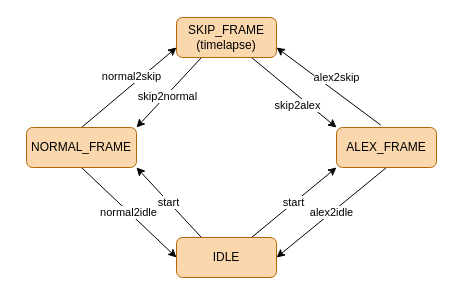
The draw.io diagram doc/transition diagram.drawio in ximeg/sync_device, before the edit. Source tidied: cells renumbered, new cells numbered last; positions are measured from the earlier drawing's top-left corner, leaving out a move shared by most shapes. Both pictures are drawn from the tidied source at 100%, with x=0, y=0 at pixel (26, 17).
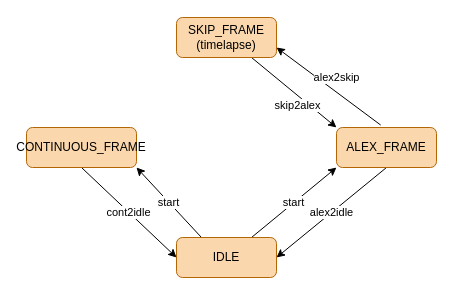
The same page after the edit.

Change to the diagram source:
```diff
@@
 <mxGraphModel>
   <root>
     <mxCell id="0" />
     <mxCell id="1" parent="0" />
     <mxCell id="2" value="start" style="edgeStyle=none;rounded=0;jettySize=auto;html=1;exitX=0.75;exitY=0;exitDx=0;exitDy=0;entryX=0;entryY=1;entryDx=0;entryDy=0;" parent="1" edge="1" source="4" target="10">
       <mxGeometry relative="1" as="geometry" />
     </mxCell>
     <mxCell id="3" value="start" style="edgeStyle=none;rounded=0;jettySize=auto;html=1;exitX=0.25;exitY=0;exitDx=0;exitDy=0;entryX=1;entryY=1;entryDx=0;entryDy=0;" parent="1" edge="1" source="4" target="13">
       <mxGeometry relative="1" as="geometry" />
     </mxCell>
     <mxCell id="4" value="IDLE" style="rounded=1;whiteSpace=wrap;html=1;fillColor=#fad7ac;strokeColor=#b46504;" parent="1" vertex="1">
       <mxGeometry x="150" y="220" width="100" height="40" as="geometry" />
     </mxCell>
-    <mxCell id="5" value="skip2normal" style="edgeStyle=none;rounded=0;jettySize=auto;html=1;exitX=0.25;exitY=1;exitDx=0;exitDy=0;entryX=1;entryY=0;entryDx=0;entryDy=0;" parent="1" edge="1" source="7" target="13">
-      <mxGeometry x="0.09" y="2" relative="1" as="geometry" />
-    </mxCell>
     <mxCell id="6" value="skip2alex" style="edgeStyle=none;rounded=0;jettySize=auto;html=1;exitX=0.75;exitY=1;exitDx=0;exitDy=0;entryX=0;entryY=0;entryDx=0;entryDy=0;" parent="1" edge="1" source="7" target="10">
       <mxGeometry x="0.2" y="-8" relative="1" as="geometry" />
     </mxCell>
     <mxCell id="7" value="SKIP_FRAME&lt;br&gt;(timelapse)" style="rounded=1;whiteSpace=wrap;html=1;fillColor=#fad7ac;strokeColor=#b46504;" parent="1" vertex="1">
       <mxGeometry x="150" width="100" height="40" as="geometry" />
     </mxCell>
     <mxCell id="8" value="alex2idle" style="edgeStyle=none;rounded=0;jettySize=auto;html=1;exitX=0.5;exitY=1;exitDx=0;exitDy=0;entryX=1;entryY=0.5;entryDx=0;entryDy=0;" parent="1" edge="1" source="10" target="4">
       <mxGeometry relative="1" as="geometry" />
     </mxCell>
     <mxCell id="9" value="alex2skip" style="edgeStyle=none;rounded=0;jettySize=auto;html=1;exitX=0.442;exitY=-0.061;exitDx=0;exitDy=0;entryX=1;entryY=0.75;entryDx=0;entryDy=0;exitPerimeter=0;" parent="1" edge="1" source="10" target="7">
       <mxGeometry x="-0.02" y="-12" relative="1" as="geometry" />
     </mxCell>
     <mxCell id="10" value="ALEX_FRAME" style="rounded=1;whiteSpace=wrap;html=1;fillColor=#fad7ac;strokeColor=#b46504;" parent="1" vertex="1">
       <mxGeometry x="310" y="110" width="100" height="40" as="geometry" />
     </mxCell>
-    <mxCell id="11" value="normal2idle" style="edgeStyle=none;rounded=0;jettySize=auto;html=1;exitX=0.5;exitY=1;exitDx=0;exitDy=0;entryX=0;entryY=0.5;entryDx=0;entryDy=0;" parent="1" edge="1" source="13" target="4">
+    <mxCell id="11" value="cont2idle" style="edgeStyle=none;rounded=0;jettySize=auto;html=1;exitX=0.5;exitY=1;exitDx=0;exitDy=0;entryX=0;entryY=0.5;entryDx=0;entryDy=0;" parent="1" edge="1" source="13" target="4">
       <mxGeometry relative="1" as="geometry" />
     </mxCell>
-    <mxCell id="12" value="normal2skip" style="edgeStyle=none;rounded=0;jettySize=auto;html=1;exitX=0.5;exitY=0;exitDx=0;exitDy=0;entryX=0;entryY=0.75;entryDx=0;entryDy=0;" parent="1" edge="1" source="13" target="7">
-      <mxGeometry x="0.14" y="7" relative="1" as="geometry" />
-    </mxCell>
-    <mxCell id="13" value="NORMAL_FRAME" style="rounded=1;whiteSpace=wrap;html=1;fillColor=#fad7ac;strokeColor=#b46504;" parent="1" vertex="1">
+    <mxCell id="13" value="CONTINUOUS_FRAME" style="rounded=1;whiteSpace=wrap;html=1;fillColor=#fad7ac;strokeColor=#b46504;" parent="1" vertex="1">
       <mxGeometry y="110" width="110" height="40" as="geometry" />
     </mxCell>
   </root>
 </mxGraphModel>
```
